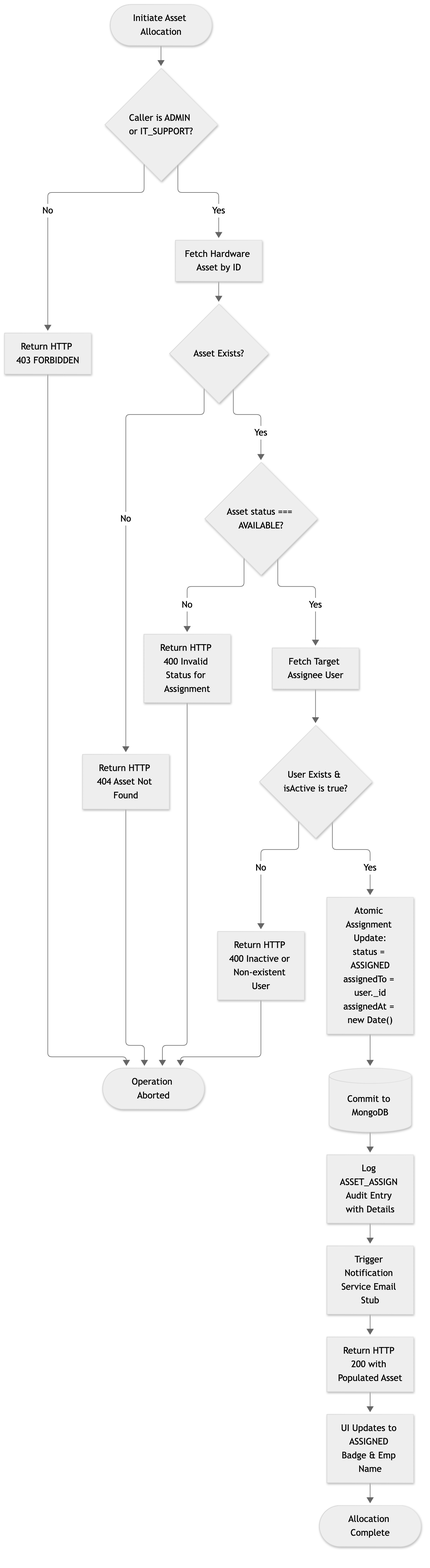
Above: docs/assets/diagrams/d10-activity-asset-assign.png in siddharth756/assetdesk-internship-project (Mermaid), before the change. Its source is kept beside it as docs/assets/diagrams/d10-activity-asset-assign.mmd. The source it was exported from:
```mermaid
flowchart TD
    Start([Initiate Asset Allocation]) --> RoleCheck{Caller is ADMIN or IT_SUPPORT?}

    RoleCheck -- No --> ErrForbidden["Return HTTP 403 FORBIDDEN"] --> EndFail([Operation Aborted])

    RoleCheck -- Yes --> LoadAsset["Fetch Hardware Asset by ID"]
    LoadAsset --> AssetFound{Asset Exists?}

    AssetFound -- No --> ErrNotFound["Return HTTP 404 Asset Not Found"] --> EndFail

    AssetFound -- Yes --> StatusCheck{"Asset status === AVAILABLE?"}
    StatusCheck -- No --> ErrStatus["Return HTTP 400 Invalid Status for Assignment"] --> EndFail

    StatusCheck -- Yes --> LoadUser["Fetch Target Assignee User"]
    LoadUser --> UserActive{"User Exists & isActive is true?"}

    UserActive -- No --> ErrUser["Return HTTP 400 Inactive or Non-existent User"] --> EndFail

    UserActive -- Yes --> AtomicAssign["Atomic Assignment Update:<br/>status = ASSIGNED<br/>assignedTo = user._id<br/>assignedAt = new Date()"]
    AtomicAssign --> SaveDB[("Commit to MongoDB")]
    SaveDB --> RecordAudit["Log ASSET_ASSIGN Audit Entry with Details"]
    RecordAudit --> DispatchAlert["Trigger Notification Service Email Stub"]
    DispatchAlert --> ReturnRes["Return HTTP 200 with Populated Asset"]
    ReturnRes --> UIUpdate["UI Updates to ASSIGNED Badge & Emp Name"]
    UIUpdate --> EndSuccess([Allocation Complete])
```
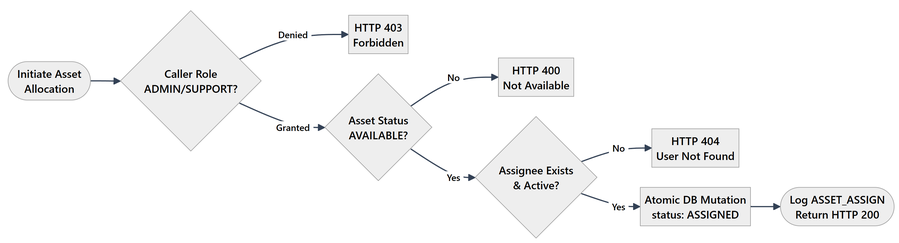
After the change.

The edit, as a diff of the source:
```diff
@@ -1,25 +1,9 @@
-flowchart TD
-    Start([Initiate Asset Allocation]) --> RoleCheck{Caller is ADMIN or IT_SUPPORT?}
-
-    RoleCheck -- No --> ErrForbidden["Return HTTP 403 FORBIDDEN"] --> EndFail([Operation Aborted])
-
-    RoleCheck -- Yes --> LoadAsset["Fetch Hardware Asset by ID"]
-    LoadAsset --> AssetFound{Asset Exists?}
-
-    AssetFound -- No --> ErrNotFound["Return HTTP 404 Asset Not Found"] --> EndFail
-
-    AssetFound -- Yes --> StatusCheck{"Asset status === AVAILABLE?"}
-    StatusCheck -- No --> ErrStatus["Return HTTP 400 Invalid Status for Assignment"] --> EndFail
-
-    StatusCheck -- Yes --> LoadUser["Fetch Target Assignee User"]
-    LoadUser --> UserActive{"User Exists & isActive is true?"}
-
-    UserActive -- No --> ErrUser["Return HTTP 400 Inactive or Non-existent User"] --> EndFail
-
-    UserActive -- Yes --> AtomicAssign["Atomic Assignment Update:<br/>status = ASSIGNED<br/>assignedTo = user._id<br/>assignedAt = new Date()"]
-    AtomicAssign --> SaveDB[("Commit to MongoDB")]
-    SaveDB --> RecordAudit["Log ASSET_ASSIGN Audit Entry with Details"]
-    RecordAudit --> DispatchAlert["Trigger Notification Service Email Stub"]
-    DispatchAlert --> ReturnRes["Return HTTP 200 with Populated Asset"]
-    ReturnRes --> UIUpdate["UI Updates to ASSIGNED Badge & Emp Name"]
-    UIUpdate --> EndSuccess([Allocation Complete])
+flowchart LR
+    A(["Initiate Asset<br/>Allocation"]) --> B{"Caller Role<br/>ADMIN/SUPPORT?"}
+    B -- "Denied" --> F1["HTTP 403<br/>Forbidden"]
+    B -- "Granted" --> C{"Asset Status<br/>AVAILABLE?"}
+    C -- "No" --> F2["HTTP 400<br/>Not Available"]
+    C -- "Yes" --> D{"Assignee Exists<br/>& Active?"}
+    D -- "No" --> F3["HTTP 404<br/>User Not Found"]
+    D -- "Yes" --> E["Atomic DB Mutation<br/>status: ASSIGNED"]
+    E --> G(["Log ASSET_ASSIGN<br/>Return HTTP 200"])
```
